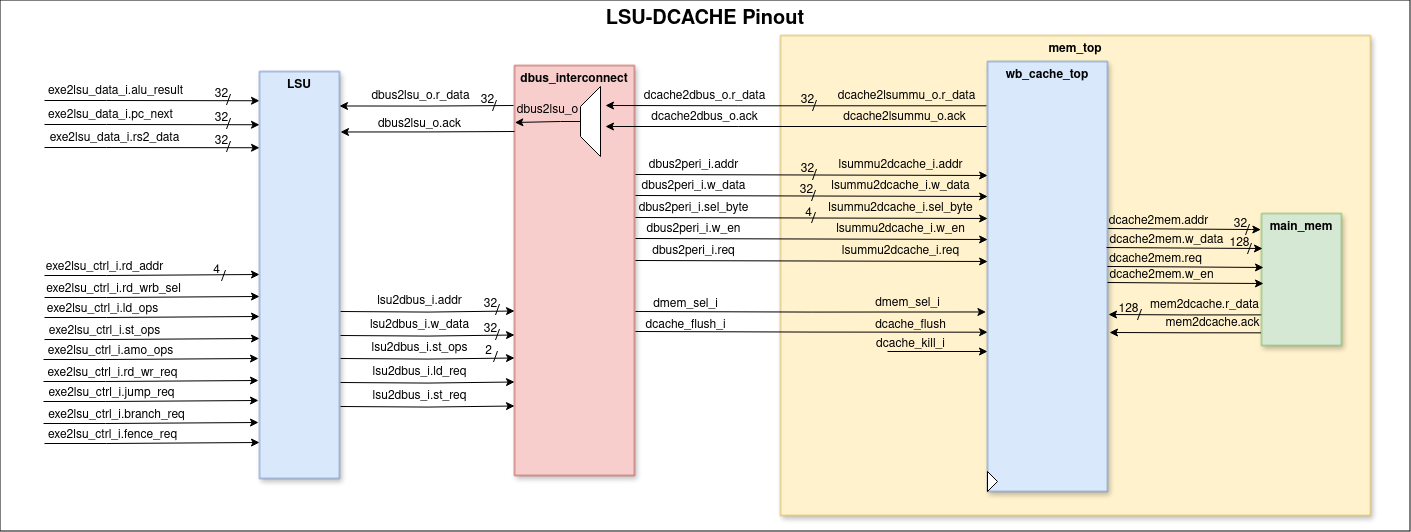
Earlier version of the draw.io export docs/pinout-lsu-dcache.png (Fazail333/Store-Buffer). Source tidied: cells renumbered, new cells last; positions are measured from the earlier drawing's top-left corner, leaving out a move shared by most shapes.
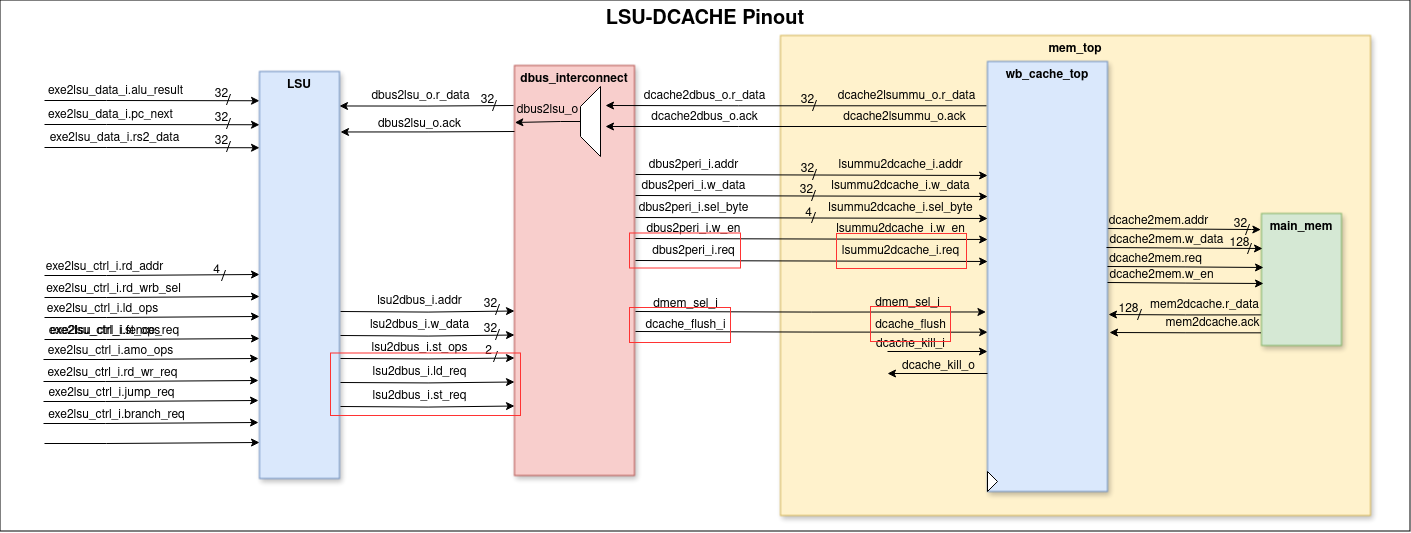
Above is the later version.

What changed in the source:
```diff
@@ -270,7 +270,7 @@
       </mxGeometry>
     </mxCell>
     <mxCell id="51" value="exe2lsu_ctrl_i.fence_req" style="text;html=1;align=center;verticalAlign=middle;strokeColor=none;fillColor=none;" parent="1" vertex="1">
-      <mxGeometry x="37" y="420" width="150" height="30" as="geometry" />
+      <mxGeometry x="39" y="316" width="150" height="30" as="geometry" />
     </mxCell>
     <mxCell id="52" style="edgeStyle=orthogonalEdgeStyle;rounded=0;jettySize=auto;html=1;exitX=0.5;exitY=0;exitDx=0;exitDy=0;entryX=0.003;entryY=0.139;entryDx=0;entryDy=0;entryPerimeter=0;" parent="1" edge="1" source="31" target="3">
       <mxGeometry relative="1" as="geometry">
@@ -593,5 +593,32 @@
     <mxCell id="120" value="32" style="text;html=1;align=center;verticalAlign=middle;strokeColor=none;fillColor=none;" parent="1" vertex="1">
       <mxGeometry x="201" y="126" width="40" height="30" as="geometry" />
     </mxCell>
+    <mxCell id="121" style="rounded=0;whiteSpace=wrap;html=1;fillColor=none;strokeColor=#FF3333;" parent="1" vertex="1">
+      <mxGeometry x="629" y="232.5" width="111" height="35" as="geometry" />
+    </mxCell>
+    <mxCell id="122" style="rounded=0;whiteSpace=wrap;html=1;fillColor=none;strokeColor=#FF3333;" parent="1" vertex="1">
+      <mxGeometry x="330" y="352.5" width="190" height="62.5" as="geometry" />
+    </mxCell>
+    <mxCell id="123" style="rounded=0;whiteSpace=wrap;html=1;fillColor=none;strokeColor=#FF3333;" parent="1" vertex="1">
+      <mxGeometry x="629" y="307" width="101" height="35" as="geometry" />
+    </mxCell>
+    <mxCell id="124" style="rounded=0;whiteSpace=wrap;html=1;fillColor=none;strokeColor=#FF3333;" parent="1" vertex="1">
+      <mxGeometry x="836" y="233" width="130" height="35" as="geometry" />
+    </mxCell>
+    <mxCell id="125" style="rounded=0;whiteSpace=wrap;html=1;fillColor=none;strokeColor=#FF3333;" parent="1" vertex="1">
+      <mxGeometry x="870" y="306" width="80" height="35" as="geometry" />
+    </mxCell>
+    <mxCell id="126" style="edgeStyle=orthogonalEdgeStyle;rounded=0;orthogonalLoop=1;jettySize=auto;html=1;entryX=0;entryY=0.75;entryDx=0;entryDy=0;" parent="1" edge="1">
+      <mxGeometry relative="1" as="geometry">
+        <mxPoint x="987" y="373" as="sourcePoint" />
+        <mxPoint x="887" y="373" as="targetPoint" />
+        <Array as="points">
+          <mxPoint x="887" y="373" />
+        </Array>
+      </mxGeometry>
+    </mxCell>
+    <mxCell id="127" value="dcache_kill_o" style="text;html=1;align=center;verticalAlign=middle;strokeColor=none;fillColor=none;" parent="1" vertex="1">
+      <mxGeometry x="888" y="351" width="100" height="30" as="geometry" />
+    </mxCell>
   </root>
 </mxGraphModel>
```
